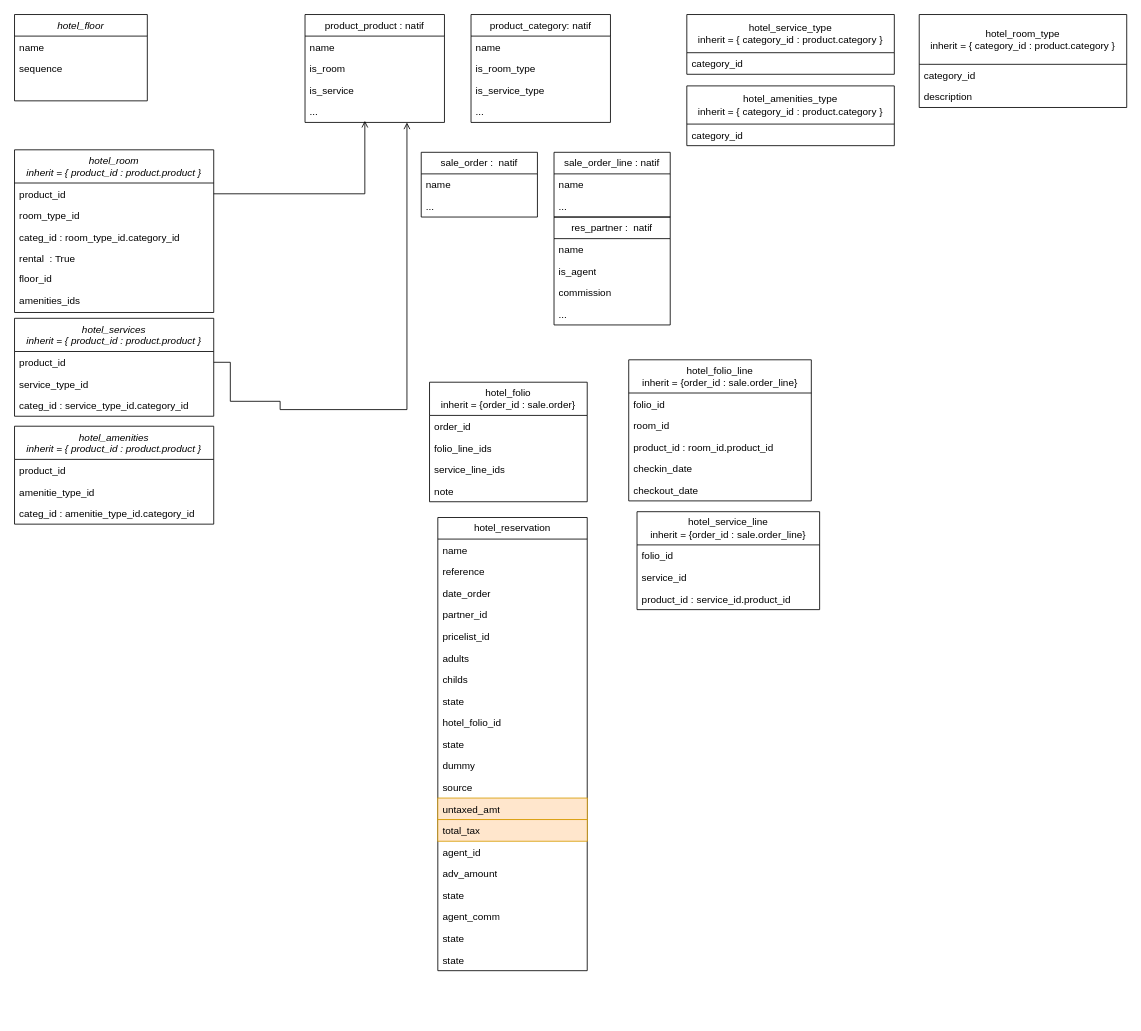
Earlier version of the draw.io diagram hotel_diagram.drawio (Jeremia1804/all_projects). Source tidied: cells renumbered, new cells numbered last; positions are measured from the earlier drawing's top-left corner, leaving out a move shared by most shapes. Both pictures are drawn from the tidied source at 83%, with x=0, y=0 at pixel (14, 14).
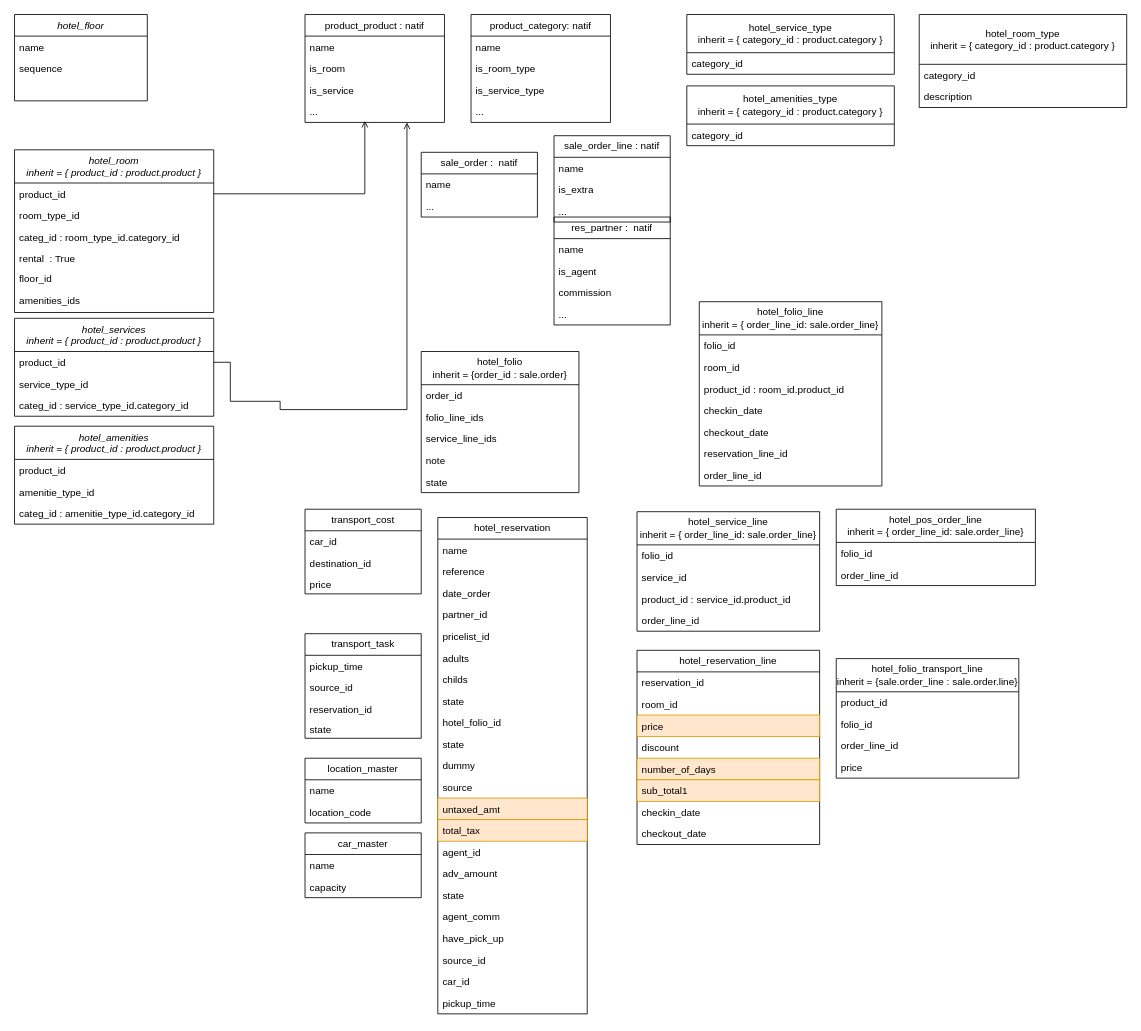
The same page after the edit.

Commit message (it also covers changes not shown here):
Mettre à jour hotel_diagram.drawio

What changed in the source:
```diff
@@
     <mxCell id="39" value="hotel_folio&lt;div&gt;inherit = {order_id : sale.order}&lt;/div&gt;" style="swimlane;fontStyle=0;horizontal=1;startSize=40;fillColor=none;whiteSpace=wrap;html=1;" parent="1" vertex="1">
-      <mxGeometry x="500" y="443" width="190" height="144" as="geometry" />
+      <mxGeometry x="490" y="406" width="190" height="170" as="geometry" />
     </mxCell>
@@
+    <mxCell id="86" value="state" style="text;strokeColor=none;fillColor=none;align=left;verticalAlign=top;spacingLeft=4;spacingRight=4;overflow=hidden;whiteSpace=wrap;html=1;" parent="39" vertex="1">
+      <mxGeometry y="144" width="190" height="26" as="geometry" />
+    </mxCell>
@@
     <mxCell id="47" value="sale_order_line : natif" style="swimlane;fontStyle=0;horizontal=1;startSize=26;fillColor=none;whiteSpace=wrap;html=1;" parent="1" vertex="1">
-      <mxGeometry x="650" y="166" width="140" height="78" as="geometry" />
+      <mxGeometry x="650" y="146" width="140" height="104" as="geometry" />
     </mxCell>
@@
-    <mxCell id="49" value="..." style="text;strokeColor=none;fillColor=none;align=left;verticalAlign=top;spacingLeft=4;spacingRight=4;overflow=hidden;whiteSpace=wrap;html=1;" parent="47" vertex="1">
+    <mxCell id="49" value="is_extra" style="text;strokeColor=none;fillColor=none;align=left;verticalAlign=top;spacingLeft=4;spacingRight=4;overflow=hidden;whiteSpace=wrap;html=1;" parent="47" vertex="1">
       <mxGeometry y="52" width="140" height="26" as="geometry" />
     </mxCell>
+    <mxCell id="87" value="..." style="text;strokeColor=none;fillColor=none;align=left;verticalAlign=top;spacingLeft=4;spacingRight=4;overflow=hidden;whiteSpace=wrap;html=1;" parent="47" vertex="1">
+      <mxGeometry y="78" width="140" height="26" as="geometry" />
+    </mxCell>
-    <mxCell id="50" value="hotel_folio_line&lt;div&gt;inherit = {order_id : sale.order_line}&lt;/div&gt;" style="swimlane;fontStyle=0;horizontal=1;startSize=40;fillColor=none;whiteSpace=wrap;html=1;" parent="1" vertex="1">
-      <mxGeometry x="740" y="416" width="220" height="170" as="geometry" />
+    <mxCell id="50" value="hotel_folio_line&lt;div&gt;inherit = { order_line_id: sale.order_line}&lt;br&gt;&lt;/div&gt;" style="swimlane;fontStyle=0;horizontal=1;startSize=40;fillColor=none;whiteSpace=wrap;html=1;" parent="1" vertex="1">
+      <mxGeometry x="825" y="346" width="220" height="222" as="geometry" />
     </mxCell>
@@
+    <mxCell id="88" value="reservation_line_id" style="text;strokeColor=none;fillColor=none;align=left;verticalAlign=top;spacingLeft=4;spacingRight=4;overflow=hidden;whiteSpace=wrap;html=1;" parent="50" vertex="1">
+      <mxGeometry y="170" width="220" height="26" as="geometry" />
+    </mxCell>
+    <mxCell id="89" value="order_line_id" style="text;strokeColor=none;fillColor=none;align=left;verticalAlign=top;spacingLeft=4;spacingRight=4;overflow=hidden;whiteSpace=wrap;html=1;" parent="50" vertex="1">
+      <mxGeometry y="196" width="220" height="26" as="geometry" />
+    </mxCell>
-    <mxCell id="56" value="hotel_service_line&lt;div&gt;inherit = {order_id : sale.order_line}&lt;/div&gt;" style="swimlane;fontStyle=0;horizontal=1;startSize=40;fillColor=none;whiteSpace=wrap;html=1;" parent="1" vertex="1">
-      <mxGeometry x="750" y="599" width="220" height="118" as="geometry" />
+    <mxCell id="56" value="hotel_service_line&lt;div&gt;inherit = { order_line_id: sale.order_line}&lt;br&gt;&lt;/div&gt;" style="swimlane;fontStyle=0;horizontal=1;startSize=40;fillColor=none;whiteSpace=wrap;html=1;" parent="1" vertex="1">
+      <mxGeometry x="750" y="599" width="220" height="144" as="geometry" />
     </mxCell>
@@
+    <mxCell id="90" value="order_line_id" style="text;strokeColor=none;fillColor=none;align=left;verticalAlign=top;spacingLeft=4;spacingRight=4;overflow=hidden;whiteSpace=wrap;html=1;" parent="56" vertex="1">
+      <mxGeometry y="118" width="220" height="26" as="geometry" />
+    </mxCell>
     <mxCell id="60" value="hotel_reservation" style="swimlane;fontStyle=0;horizontal=1;startSize=26;fillColor=none;whiteSpace=wrap;html=1;" parent="1" vertex="1">
-      <mxGeometry x="510" y="606" width="180" height="546" as="geometry" />
+      <mxGeometry x="510" y="606" width="180" height="598" as="geometry" />
     </mxCell>
@@
-    <mxCell id="79" value="state" style="text;strokeColor=none;fillColor=none;align=left;verticalAlign=top;spacingLeft=4;spacingRight=4;overflow=hidden;whiteSpace=wrap;html=1;" parent="60" vertex="1">
+    <mxCell id="79" value="have_pick_up" style="text;strokeColor=none;fillColor=none;align=left;verticalAlign=top;spacingLeft=4;spacingRight=4;overflow=hidden;whiteSpace=wrap;html=1;" parent="60" vertex="1">
       <mxGeometry y="494" width="180" height="26" as="geometry" />
     </mxCell>
-    <mxCell id="80" value="state" style="text;strokeColor=none;fillColor=none;align=left;verticalAlign=top;spacingLeft=4;spacingRight=4;overflow=hidden;whiteSpace=wrap;html=1;" parent="60" vertex="1">
+    <mxCell id="80" value="source_id" style="text;strokeColor=none;fillColor=none;align=left;verticalAlign=top;spacingLeft=4;spacingRight=4;overflow=hidden;whiteSpace=wrap;html=1;" parent="60" vertex="1">
       <mxGeometry y="520" width="180" height="26" as="geometry" />
     </mxCell>
+    <mxCell id="91" value="car_id" style="text;strokeColor=none;fillColor=none;align=left;verticalAlign=top;spacingLeft=4;spacingRight=4;overflow=hidden;whiteSpace=wrap;html=1;" parent="60" vertex="1">
+      <mxGeometry y="546" width="180" height="26" as="geometry" />
+    </mxCell>
+    <mxCell id="92" value="pickup_time" style="text;strokeColor=none;fillColor=none;align=left;verticalAlign=top;spacingLeft=4;spacingRight=4;overflow=hidden;whiteSpace=wrap;html=1;" parent="60" vertex="1">
+      <mxGeometry y="572" width="180" height="26" as="geometry" />
+    </mxCell>
@@
+    <mxCell id="93" value="hotel_reservation_line" style="swimlane;fontStyle=0;horizontal=1;startSize=26;fillColor=none;whiteSpace=wrap;html=1;" parent="1" vertex="1">
+      <mxGeometry x="750" y="766" width="220" height="234" as="geometry" />
+    </mxCell>
+    <mxCell id="94" value="reservation_id" style="text;strokeColor=none;fillColor=none;align=left;verticalAlign=top;spacingLeft=4;spacingRight=4;overflow=hidden;whiteSpace=wrap;html=1;" parent="93" vertex="1">
+      <mxGeometry y="26" width="220" height="26" as="geometry" />
+    </mxCell>
+    <mxCell id="95" value="room_id" style="text;strokeColor=none;fillColor=none;align=left;verticalAlign=top;spacingLeft=4;spacingRight=4;overflow=hidden;whiteSpace=wrap;html=1;" parent="93" vertex="1">
+      <mxGeometry y="52" width="220" height="26" as="geometry" />
+    </mxCell>
+    <mxCell id="96" value="price" style="text;strokeColor=#d79b00;fillColor=#ffe6cc;align=left;verticalAlign=top;spacingLeft=4;spacingRight=4;overflow=hidden;whiteSpace=wrap;html=1;" parent="93" vertex="1">
+      <mxGeometry y="78" width="220" height="26" as="geometry" />
+    </mxCell>
+    <mxCell id="97" value="discount" style="text;strokeColor=none;fillColor=none;align=left;verticalAlign=top;spacingLeft=4;spacingRight=4;overflow=hidden;whiteSpace=wrap;html=1;" parent="93" vertex="1">
+      <mxGeometry y="104" width="220" height="26" as="geometry" />
+    </mxCell>
+    <mxCell id="98" value="number_of_days" style="text;strokeColor=#d79b00;fillColor=#ffe6cc;align=left;verticalAlign=top;spacingLeft=4;spacingRight=4;overflow=hidden;whiteSpace=wrap;html=1;" parent="93" vertex="1">
+      <mxGeometry y="130" width="220" height="26" as="geometry" />
+    </mxCell>
+    <mxCell id="99" value="sub_total1" style="text;strokeColor=#d79b00;fillColor=#ffe6cc;align=left;verticalAlign=top;spacingLeft=4;spacingRight=4;overflow=hidden;whiteSpace=wrap;html=1;" parent="93" vertex="1">
+      <mxGeometry y="156" width="220" height="26" as="geometry" />
+    </mxCell>
+    <mxCell id="100" value="checkin_date" style="text;strokeColor=none;fillColor=none;align=left;verticalAlign=top;spacingLeft=4;spacingRight=4;overflow=hidden;whiteSpace=wrap;html=1;" parent="93" vertex="1">
+      <mxGeometry y="182" width="220" height="26" as="geometry" />
+    </mxCell>
+    <mxCell id="101" value="checkout_date" style="text;strokeColor=none;fillColor=none;align=left;verticalAlign=top;spacingLeft=4;spacingRight=4;overflow=hidden;whiteSpace=wrap;html=1;" parent="93" vertex="1">
+      <mxGeometry y="208" width="220" height="26" as="geometry" />
+    </mxCell>
+    <mxCell id="102" value="hotel_folio_transport_line&lt;div&gt;inherit = {sale.order_line : sale.order.line}&lt;/div&gt;" style="swimlane;fontStyle=0;horizontal=1;startSize=40;fillColor=none;whiteSpace=wrap;html=1;" parent="1" vertex="1">
+      <mxGeometry x="990" y="776" width="220" height="144" as="geometry" />
+    </mxCell>
+    <mxCell id="103" value="product_id" style="text;strokeColor=none;fillColor=none;align=left;verticalAlign=top;spacingLeft=4;spacingRight=4;overflow=hidden;whiteSpace=wrap;html=1;" parent="102" vertex="1">
+      <mxGeometry y="40" width="220" height="26" as="geometry" />
+    </mxCell>
+    <mxCell id="104" value="folio_id" style="text;strokeColor=none;fillColor=none;align=left;verticalAlign=top;spacingLeft=4;spacingRight=4;overflow=hidden;whiteSpace=wrap;html=1;" parent="102" vertex="1">
+      <mxGeometry y="66" width="220" height="26" as="geometry" />
+    </mxCell>
+    <mxCell id="105" value="order_line_id" style="text;strokeColor=none;fillColor=none;align=left;verticalAlign=top;spacingLeft=4;spacingRight=4;overflow=hidden;whiteSpace=wrap;html=1;" parent="102" vertex="1">
+      <mxGeometry y="92" width="220" height="26" as="geometry" />
+    </mxCell>
+    <mxCell id="106" value="price" style="text;strokeColor=none;fillColor=none;align=left;verticalAlign=top;spacingLeft=4;spacingRight=4;overflow=hidden;whiteSpace=wrap;html=1;" parent="102" vertex="1">
+      <mxGeometry y="118" width="220" height="26" as="geometry" />
+    </mxCell>
+    <mxCell id="107" value="transport_task" style="swimlane;fontStyle=0;horizontal=1;startSize=26;fillColor=none;whiteSpace=wrap;html=1;" parent="1" vertex="1">
+      <mxGeometry x="350" y="746" width="140" height="126" as="geometry" />
+    </mxCell>
+    <mxCell id="108" value="pickup_time" style="text;strokeColor=none;fillColor=none;align=left;verticalAlign=top;spacingLeft=4;spacingRight=4;overflow=hidden;whiteSpace=wrap;html=1;" parent="107" vertex="1">
+      <mxGeometry y="26" width="140" height="26" as="geometry" />
+    </mxCell>
+    <mxCell id="109" value="source_id" style="text;strokeColor=none;fillColor=none;align=left;verticalAlign=top;spacingLeft=4;spacingRight=4;overflow=hidden;whiteSpace=wrap;html=1;" parent="107" vertex="1">
+      <mxGeometry y="52" width="140" height="26" as="geometry" />
+    </mxCell>
+    <mxCell id="110" value="reservation_id" style="text;strokeColor=none;fillColor=none;align=left;verticalAlign=top;spacingLeft=4;spacingRight=4;overflow=hidden;whiteSpace=wrap;html=1;" parent="107" vertex="1">
+      <mxGeometry y="78" width="140" height="24" as="geometry" />
+    </mxCell>
+    <mxCell id="111" value="state" style="text;strokeColor=none;fillColor=none;align=left;verticalAlign=top;spacingLeft=4;spacingRight=4;overflow=hidden;whiteSpace=wrap;html=1;" parent="107" vertex="1">
+      <mxGeometry y="102" width="140" height="24" as="geometry" />
+    </mxCell>
+    <mxCell id="112" value="location_master" style="swimlane;fontStyle=0;horizontal=1;startSize=26;fillColor=none;whiteSpace=wrap;html=1;" parent="1" vertex="1">
+      <mxGeometry x="350" y="896" width="140" height="78" as="geometry" />
+    </mxCell>
+    <mxCell id="113" value="name" style="text;strokeColor=none;fillColor=none;align=left;verticalAlign=top;spacingLeft=4;spacingRight=4;overflow=hidden;whiteSpace=wrap;html=1;" parent="112" vertex="1">
+      <mxGeometry y="26" width="140" height="26" as="geometry" />
+    </mxCell>
+    <mxCell id="114" value="location_code" style="text;strokeColor=none;fillColor=none;align=left;verticalAlign=top;spacingLeft=4;spacingRight=4;overflow=hidden;whiteSpace=wrap;html=1;" parent="112" vertex="1">
+      <mxGeometry y="52" width="140" height="26" as="geometry" />
+    </mxCell>
+    <mxCell id="115" value="car_master" style="swimlane;fontStyle=0;horizontal=1;startSize=26;fillColor=none;whiteSpace=wrap;html=1;" parent="1" vertex="1">
+      <mxGeometry x="350" y="986" width="140" height="78" as="geometry" />
+    </mxCell>
+    <mxCell id="116" value="name" style="text;strokeColor=none;fillColor=none;align=left;verticalAlign=top;spacingLeft=4;spacingRight=4;overflow=hidden;whiteSpace=wrap;html=1;" parent="115" vertex="1">
+      <mxGeometry y="26" width="140" height="26" as="geometry" />
+    </mxCell>
+    <mxCell id="117" value="capacity" style="text;strokeColor=none;fillColor=none;align=left;verticalAlign=top;spacingLeft=4;spacingRight=4;overflow=hidden;whiteSpace=wrap;html=1;" parent="115" vertex="1">
+      <mxGeometry y="52" width="140" height="26" as="geometry" />
+    </mxCell>
+    <mxCell id="118" value="transport_cost" style="swimlane;fontStyle=0;horizontal=1;startSize=26;fillColor=none;whiteSpace=wrap;html=1;" parent="1" vertex="1">
+      <mxGeometry x="350" y="596" width="140" height="102" as="geometry" />
+    </mxCell>
+    <mxCell id="119" value="car_id" style="text;strokeColor=none;fillColor=none;align=left;verticalAlign=top;spacingLeft=4;spacingRight=4;overflow=hidden;whiteSpace=wrap;html=1;" parent="118" vertex="1">
+      <mxGeometry y="26" width="140" height="26" as="geometry" />
+    </mxCell>
+    <mxCell id="120" value="destination_id" style="text;strokeColor=none;fillColor=none;align=left;verticalAlign=top;spacingLeft=4;spacingRight=4;overflow=hidden;whiteSpace=wrap;html=1;" parent="118" vertex="1">
+      <mxGeometry y="52" width="140" height="26" as="geometry" />
+    </mxCell>
+    <mxCell id="121" value="price" style="text;strokeColor=none;fillColor=none;align=left;verticalAlign=top;spacingLeft=4;spacingRight=4;overflow=hidden;whiteSpace=wrap;html=1;" parent="118" vertex="1">
+      <mxGeometry y="78" width="140" height="24" as="geometry" />
+    </mxCell>
+    <mxCell id="122" value="hotel_pos_order_line&lt;div&gt;inherit = { order_line_id: sale.order_line}&lt;/div&gt;" style="swimlane;fontStyle=0;horizontal=1;startSize=40;fillColor=none;whiteSpace=wrap;html=1;" parent="1" vertex="1">
+      <mxGeometry x="990" y="596" width="240" height="92" as="geometry" />
+    </mxCell>
+    <mxCell id="123" value="folio_id" style="text;strokeColor=none;fillColor=none;align=left;verticalAlign=top;spacingLeft=4;spacingRight=4;overflow=hidden;whiteSpace=wrap;html=1;" parent="122" vertex="1">
+      <mxGeometry y="40" width="240" height="26" as="geometry" />
+    </mxCell>
+    <mxCell id="124" value="order_line_id" style="text;strokeColor=none;fillColor=none;align=left;verticalAlign=top;spacingLeft=4;spacingRight=4;overflow=hidden;whiteSpace=wrap;html=1;" parent="122" vertex="1">
+      <mxGeometry y="66" width="240" height="26" as="geometry" />
+    </mxCell>
```
